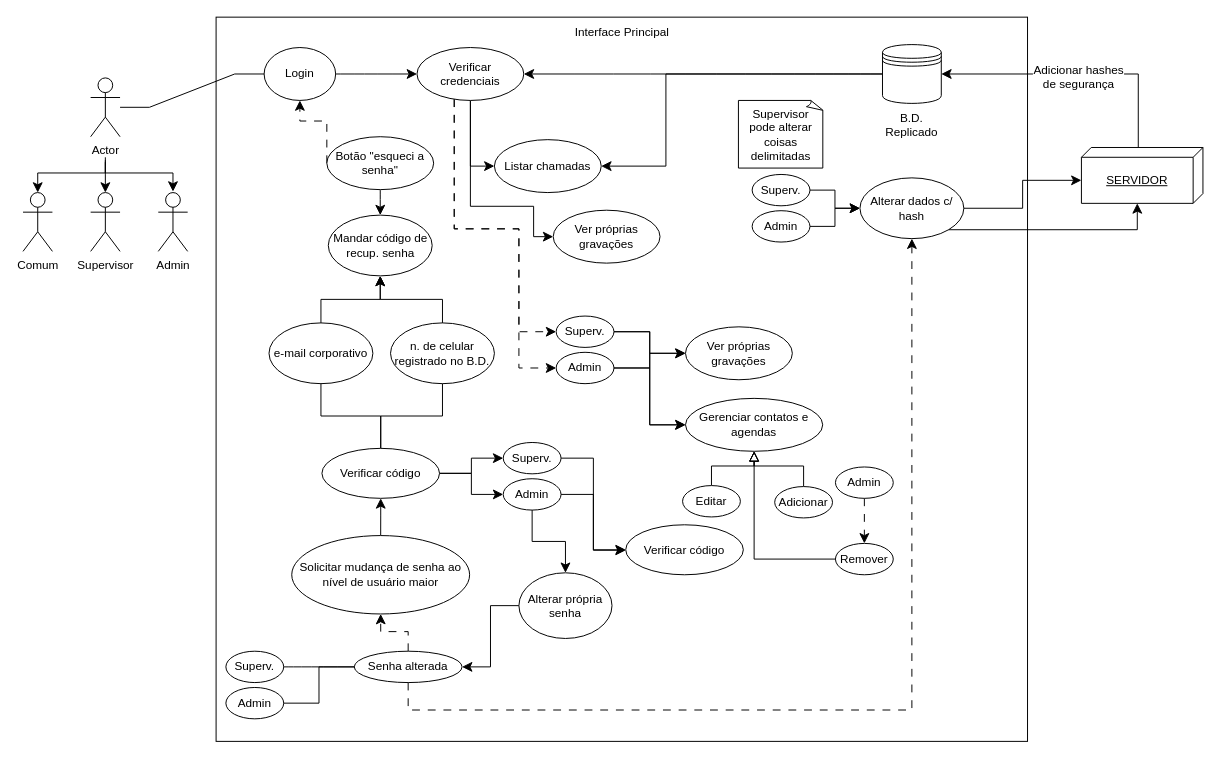
wenbds/PDS-trabalho-Cemigama keeps this draw.io diagram as page "DER 1" (2 of 3) of UC-UI-Principal.drawio. Above is the earlier version. Source tidied: cells renumbered, new cells numbered last; positions are measured from the earlier drawing's top-left corner, leaving out a move shared by most shapes. Both pictures are drawn from the tidied source at 98%, with x=0, y=0 at pixel (23, 17).
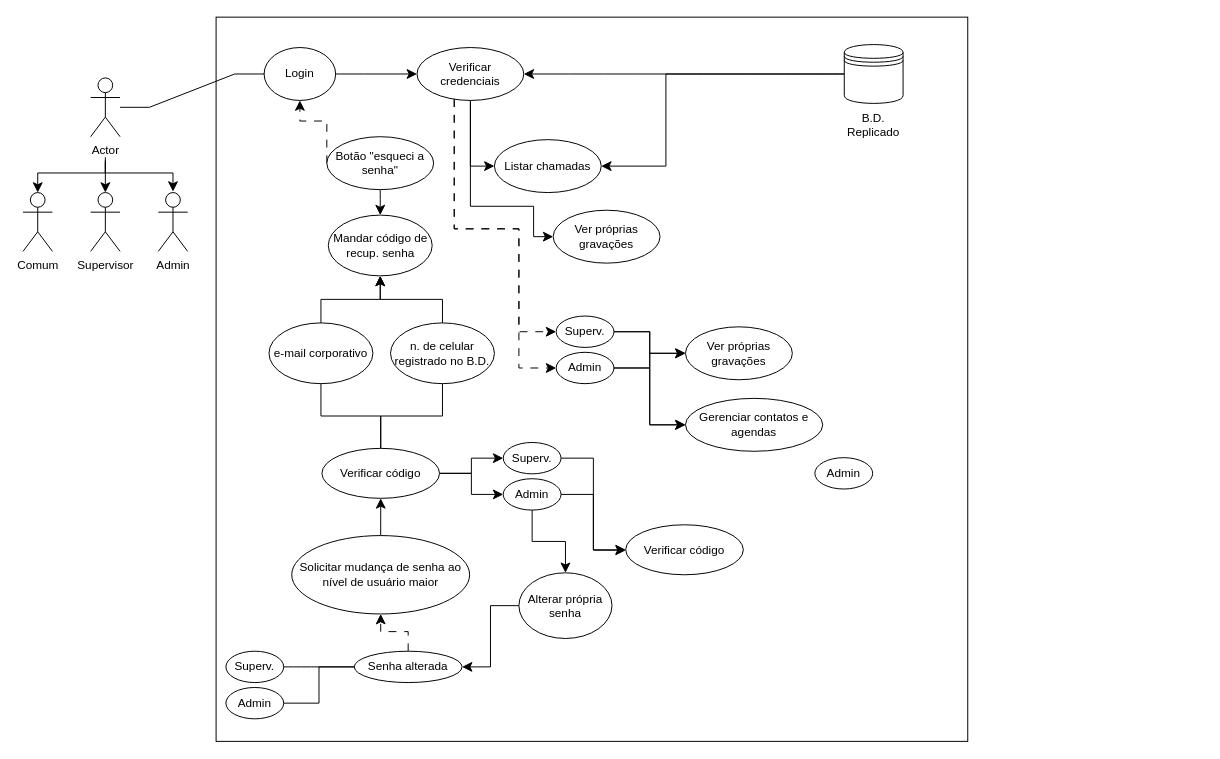
The same diagram, later.

Commit message (it also covers changes not shown here):
adição de MER

Unchanged cells that the change refers to:
```xml
<mxCell id="31" value="Senha alterada" style="ellipse;whiteSpace=wrap;html=1;" parent="1" vertex="1">
  <mxGeometry x="338" y="647" width="110" height="32" as="geometry" />
</mxCell>
<mxCell id="62" value="Gerenciar contatos e agendas" style="ellipse;whiteSpace=wrap;html=1;" parent="1" vertex="1">
  <mxGeometry x="676" y="389" width="140" height="54" as="geometry" />
</mxCell>
```

Change to the diagram source:
```diff
@@
     <mxCell id="9" style="rounded=0;whiteSpace=wrap;html=1;" parent="1" vertex="1">
-      <mxGeometry x="197" width="828" height="739" as="geometry" />
+      <mxGeometry x="197" width="767" height="739" as="geometry" />
     </mxCell>
@@
-    <mxCell id="30" style="edgeStyle=orthogonalEdgeStyle;rounded=0;jettySize=auto;html=1;entryX=0.5;entryY=1;entryDx=0;entryDy=0;fontSize=12;startSize=8;endSize=8;dashed=1;dashPattern=8 8;" parent="1" edge="1" source="31" target="71">
-      <mxGeometry relative="1" as="geometry">
-        <Array as="points">
-          <mxPoint x="393" y="707" />
-          <mxPoint x="907" y="707" />
-        </Array>
-      </mxGeometry>
-    </mxCell>
@@
     <mxCell id="52" style="shape=datastore;whiteSpace=wrap;html=1;" parent="1" vertex="1">
-      <mxGeometry x="877" y="28" width="60" height="60" as="geometry" />
+      <mxGeometry x="838" y="28" width="60" height="60" as="geometry" />
     </mxCell>
     <mxCell id="53" value="B.D. Replicado" style="text;html=1;align=center;verticalAlign=middle;whiteSpace=wrap;rounded=0;" parent="1" vertex="1">
-      <mxGeometry x="877" y="95" width="60" height="30" as="geometry" />
+      <mxGeometry x="838" y="95" width="60" height="30" as="geometry" />
     </mxCell>
@@
-    <mxCell id="63" style="edgeStyle=orthogonalEdgeStyle;rounded=0;jettySize=auto;html=1;entryX=0.5;entryY=0;entryDx=0;entryDy=0;fontSize=12;startSize=8;endSize=8;dashed=1;dashPattern=8 8;" parent="1" edge="1" source="64" target="70">
-      <mxGeometry relative="1" as="geometry" />
-    </mxCell>
     <mxCell id="64" value="Admin" style="ellipse;whiteSpace=wrap;html=1;" parent="1" vertex="1">
-      <mxGeometry x="829" y="459" width="59" height="32" as="geometry" />
+      <mxGeometry x="808" y="449.5" width="59" height="32" as="geometry" />
     </mxCell>
-    <mxCell id="65" style="edgeStyle=orthogonalEdgeStyle;rounded=0;jettySize=auto;html=1;entryX=0.5;entryY=1;entryDx=0;entryDy=0;fontSize=12;startSize=8;endSize=8;endArrow=block;endFill=0;" parent="1" edge="1" source="66" target="62">
-      <mxGeometry relative="1" as="geometry">
-        <Array as="points">
-          <mxPoint x="796" y="458" />
-          <mxPoint x="746" y="458" />
-        </Array>
-      </mxGeometry>
-    </mxCell>
-    <mxCell id="66" value="Adicionar" style="ellipse;whiteSpace=wrap;html=1;" parent="1" vertex="1">
-      <mxGeometry x="767" y="479" width="59" height="32" as="geometry" />
-    </mxCell>
-    <mxCell id="67" style="edgeStyle=orthogonalEdgeStyle;rounded=0;jettySize=auto;html=1;entryX=0.5;entryY=1;entryDx=0;entryDy=0;fontSize=12;startSize=8;endSize=8;endArrow=block;endFill=0;" parent="1" edge="1" source="68" target="62">
-      <mxGeometry relative="1" as="geometry" />
-    </mxCell>
-    <mxCell id="68" value="Editar" style="ellipse;whiteSpace=wrap;html=1;" parent="1" vertex="1">
-      <mxGeometry x="673" y="478" width="59" height="32" as="geometry" />
-    </mxCell>
-    <mxCell id="69" style="edgeStyle=orthogonalEdgeStyle;rounded=0;jettySize=auto;html=1;entryX=0.5;entryY=1;entryDx=0;entryDy=0;fontSize=12;startSize=8;endSize=8;endArrow=block;endFill=0;" parent="1" edge="1" source="70" target="62">
-      <mxGeometry relative="1" as="geometry" />
-    </mxCell>
-    <mxCell id="70" value="Remover" style="ellipse;whiteSpace=wrap;html=1;" parent="1" vertex="1">
-      <mxGeometry x="829" y="537" width="59" height="32" as="geometry" />
-    </mxCell>
-    <mxCell id="71" value="Alterar dados c/ hash" style="ellipse;whiteSpace=wrap;html=1;" parent="1" vertex="1">
-      <mxGeometry x="854" y="164" width="106" height="62" as="geometry" />
-    </mxCell>
-    <mxCell id="72" style="edgeStyle=orthogonalEdgeStyle;rounded=0;jettySize=auto;html=1;entryX=0;entryY=0.5;entryDx=0;entryDy=0;fontSize=12;startSize=8;endSize=8;" parent="1" edge="1" source="73" target="71">
-      <mxGeometry relative="1" as="geometry" />
-    </mxCell>
-    <mxCell id="73" value="Superv." style="ellipse;whiteSpace=wrap;html=1;" parent="1" vertex="1">
-      <mxGeometry x="744" y="160.5" width="59" height="32" as="geometry" />
-    </mxCell>
-    <mxCell id="74" style="edgeStyle=orthogonalEdgeStyle;rounded=0;jettySize=auto;html=1;entryX=0;entryY=0.5;entryDx=0;entryDy=0;fontSize=12;startSize=8;endSize=8;" parent="1" edge="1" source="75" target="71">
-      <mxGeometry relative="1" as="geometry" />
-    </mxCell>
-    <mxCell id="75" value="Admin" style="ellipse;whiteSpace=wrap;html=1;" parent="1" vertex="1">
-      <mxGeometry x="744" y="197.5" width="59" height="32" as="geometry" />
-    </mxCell>
-    <mxCell id="76" value="Supervisor pode alterar coisas delimitadas" style="whiteSpace=wrap;html=1;shape=mxgraph.basic.document;" parent="1" vertex="1">
-      <mxGeometry x="730" y="85" width="87" height="69" as="geometry" />
-    </mxCell>
-    <mxCell id="77" style="edgeStyle=orthogonalEdgeStyle;rounded=0;jettySize=auto;html=1;entryX=1;entryY=0.5;entryDx=0;entryDy=0;fontSize=12;startSize=8;endSize=8;" parent="1" edge="1" source="79" target="52">
-      <mxGeometry relative="1" as="geometry">
-        <Array as="points">
-          <mxPoint x="1138" y="58" />
-        </Array>
-      </mxGeometry>
-    </mxCell>
-    <mxCell id="78" value="Adicionar hashes&lt;div&gt;de segurança&lt;/div&gt;" style="edgeLabel;html=1;align=center;verticalAlign=middle;fontSize=12;" parent="77" vertex="1">
-      <mxGeometry x="-0.01" y="2" relative="1" as="geometry" />
-    </mxCell>
-    <mxCell id="79" value="&lt;p&gt;SERVIDOR&lt;/p&gt;" style="verticalAlign=top;align=center;spacingTop=8;spacingLeft=2;spacingRight=12;shape=cube;size=10;direction=south;fontStyle=4;html=1;whiteSpace=wrap;" parent="1" vertex="1">
-      <mxGeometry x="1080" y="133" width="124" height="57" as="geometry" />
-    </mxCell>
-    <mxCell id="80" style="edgeStyle=orthogonalEdgeStyle;rounded=0;jettySize=auto;html=1;entryX=0;entryY=0;entryDx=33.5;entryDy=124;entryPerimeter=0;fontSize=12;startSize=8;endSize=8;" parent="1" edge="1" source="71" target="79">
-      <mxGeometry relative="1" as="geometry" />
-    </mxCell>
-    <mxCell id="81" style="edgeStyle=orthogonalEdgeStyle;rounded=0;jettySize=auto;html=1;entryX=0;entryY=0;entryDx=57;entryDy=67;entryPerimeter=0;fontSize=12;startSize=8;endSize=8;exitX=1;exitY=1;exitDx=0;exitDy=0;elbow=vertical;" parent="1" edge="1" source="71" target="79">
-      <mxGeometry relative="1" as="geometry" />
-    </mxCell>
-    <mxCell id="82" value="Interface Principal" style="text;html=1;align=center;verticalAlign=middle;whiteSpace=wrap;rounded=0;" parent="1" vertex="1">
-      <mxGeometry x="529.5" y="1" width="163" height="30" as="geometry" />
-    </mxCell>
```
